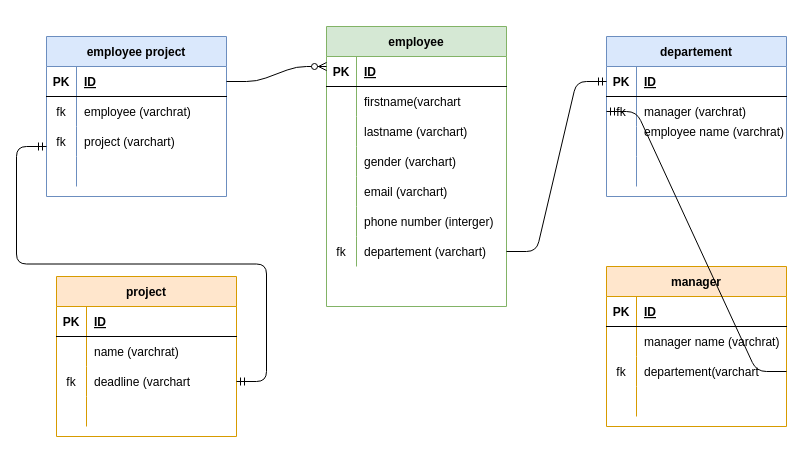
Earlier version of the draw.io diagram Untitled Diagram.drawio (yunimarlina/yunimarlina-github). Source tidied: cells renumbered, new cells numbered last; positions are measured from the earlier drawing's top-left corner, leaving out a move shared by most shapes. Both pictures are drawn from the tidied source at 100%, with x=0, y=0 at pixel (46, 26).
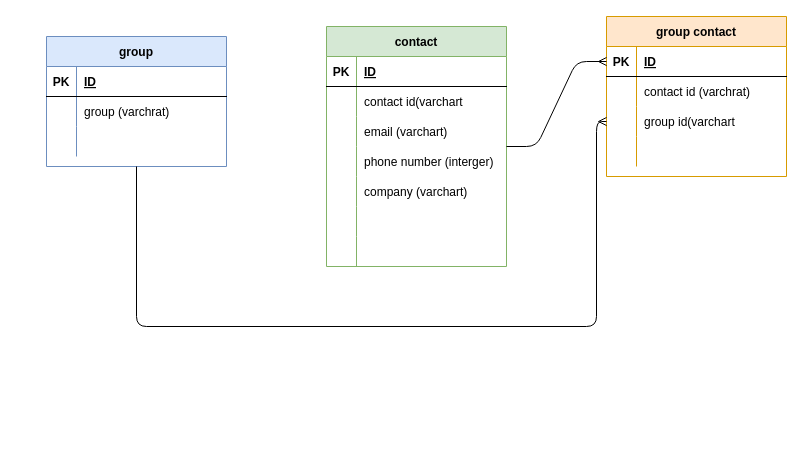
Above is the later version.

Unchanged cells that the change refers to:
```xml
<mxCell id="6" style="shape=partialRectangle;fillColor=none;top=0;left=0;bottom=0;right=0;" parent="2" vertex="1">
  <mxGeometry y="60" width="180" height="30" as="geometry" />
</mxCell>
<mxCell id="38" style="shape=partialRectangle;fillColor=none;top=0;left=0;bottom=1;right=0;points=[[0,0.5],[1,0.5]];portConstraint=eastwest;" parent="37" vertex="1">
  <mxGeometry y="30" width="180" height="30" as="geometry" />
</mxCell>
<mxCell id="41" style="shape=partialRectangle;fillColor=none;top=0;left=0;bottom=0;right=0;" parent="37" vertex="1">
  <mxGeometry y="60" width="180" height="30" as="geometry" />
</mxCell>
<mxCell id="44" style="shape=partialRectangle;fillColor=none;top=0;left=0;bottom=0;right=0;points=[[0,0.5],[1,0.5]];portConstraint=eastwest;" parent="37" vertex="1">
  <mxGeometry y="90" width="180" height="30" as="geometry" />
</mxCell>
```

What changed in the source:
```diff
@@
-    <mxCell id="2" value="employee" style="shape=table;startSize=30;childLayout=tableLayout;rowLines=0;fontStyle=1;align=center;fillColor=#d5e8d4;strokeColor=#82b366;" parent="1" vertex="1">
-      <mxGeometry x="280" width="180" height="280" as="geometry" />
+    <mxCell id="2" value="contact" style="shape=table;startSize=30;childLayout=tableLayout;rowLines=0;fontStyle=1;align=center;fillColor=#d5e8d4;strokeColor=#82b366;" parent="1" vertex="1">
+      <mxGeometry x="280" width="180" height="240" as="geometry" />
     </mxCell>
@@
-    <mxCell id="8" value="firstname(varchart" style="shape=partialRectangle;fillColor=none;top=0;left=0;bottom=0;right=0;align=left;spacingLeft=6;overflow=hidden;" parent="6" vertex="1">
+    <mxCell id="8" value="contact id(varchart" style="shape=partialRectangle;fillColor=none;top=0;left=0;bottom=0;right=0;align=left;spacingLeft=6;overflow=hidden;" parent="6" vertex="1">
       <mxGeometry x="30" width="150" height="30" as="geometry" />
     </mxCell>
-    <mxCell id="9" style="shape=partialRectangle;fillColor=none;top=0;left=0;bottom=0;right=0;" parent="2" vertex="1">
-      <mxGeometry y="90" width="180" height="30" as="geometry" />
-    </mxCell>
-    <mxCell id="10" style="shape=partialRectangle;fillColor=none;top=0;left=0;bottom=0;right=0;overflow=hidden;" parent="9" vertex="1">
-      <mxGeometry width="30" height="30" as="geometry" />
-    </mxCell>
-    <mxCell id="11" value="lastname (varchart)" style="shape=partialRectangle;fillColor=none;top=0;left=0;bottom=0;right=0;align=left;spacingLeft=6;overflow=hidden;" parent="9" vertex="1">
-      <mxGeometry x="30" width="150" height="30" as="geometry" />
-    </mxCell>
-    <mxCell id="12" style="shape=partialRectangle;fillColor=none;top=0;left=0;bottom=0;right=0;" parent="2" vertex="1">
-      <mxGeometry y="120" width="180" height="30" as="geometry" />
-    </mxCell>
-    <mxCell id="13" style="shape=partialRectangle;fillColor=none;top=0;left=0;bottom=0;right=0;overflow=hidden;" parent="12" vertex="1">
-      <mxGeometry width="30" height="30" as="geometry" />
-    </mxCell>
-    <mxCell id="14" value="gender (varchart)" style="shape=partialRectangle;fillColor=none;top=0;left=0;bottom=0;right=0;align=left;spacingLeft=6;overflow=hidden;" parent="12" vertex="1">
-      <mxGeometry x="30" width="150" height="30" as="geometry" />
-    </mxCell>
     <mxCell id="15" style="shape=partialRectangle;fillColor=none;top=0;left=0;bottom=0;right=0;" parent="2" vertex="1">
-      <mxGeometry y="150" width="180" height="30" as="geometry" />
+      <mxGeometry y="90" width="180" height="30" as="geometry" />
     </mxCell>
@@
     <mxCell id="18" style="shape=partialRectangle;fillColor=none;top=0;left=0;bottom=0;right=0;" parent="2" vertex="1">
-      <mxGeometry y="180" width="180" height="30" as="geometry" />
+      <mxGeometry y="120" width="180" height="30" as="geometry" />
     </mxCell>
@@
     <mxCell id="21" style="shape=partialRectangle;fillColor=none;top=0;left=0;bottom=0;right=0;points=[[0,0.5],[1,0.5]];portConstraint=eastwest;" parent="2" vertex="1">
-      <mxGeometry y="210" width="180" height="30" as="geometry" />
+      <mxGeometry y="150" width="180" height="30" as="geometry" />
     </mxCell>
-    <mxCell id="22" value="fk" style="shape=partialRectangle;fillColor=none;top=0;left=0;bottom=0;right=0;overflow=hidden;" parent="21" vertex="1">
+    <mxCell id="22" style="shape=partialRectangle;fillColor=none;top=0;left=0;bottom=0;right=0;overflow=hidden;" parent="21" vertex="1">
       <mxGeometry width="30" height="30" as="geometry" />
     </mxCell>
-    <mxCell id="23" value="departement (varchart)" style="shape=partialRectangle;fillColor=none;top=0;left=0;bottom=0;right=0;align=left;spacingLeft=6;overflow=hidden;" parent="21" vertex="1">
+    <mxCell id="23" value="company (varchart)" style="shape=partialRectangle;fillColor=none;top=0;left=0;bottom=0;right=0;align=left;spacingLeft=6;overflow=hidden;" parent="21" vertex="1">
       <mxGeometry x="30" width="150" height="30" as="geometry" />
     </mxCell>
-    <mxCell id="24" value="departement" style="shape=table;startSize=30;childLayout=tableLayout;rowLines=0;fontStyle=1;align=center;fillColor=#dae8fc;strokeColor=#6c8ebf;" parent="1" vertex="1">
-      <mxGeometry x="560" y="10" width="180" height="160" as="geometry" />
-    </mxCell>
-    <mxCell id="25" style="shape=partialRectangle;fillColor=none;top=0;left=0;bottom=1;right=0;" parent="24" vertex="1">
-      <mxGeometry y="30" width="180" height="30" as="geometry" />
-    </mxCell>
-    <mxCell id="26" value="PK" style="shape=partialRectangle;fillColor=none;top=0;left=0;bottom=0;right=0;fontStyle=1;overflow=hidden;" parent="25" vertex="1">
-      <mxGeometry width="30" height="30" as="geometry" />
-    </mxCell>
-    <mxCell id="27" value="ID" style="shape=partialRectangle;fillColor=none;top=0;left=0;bottom=0;right=0;align=left;spacingLeft=6;fontStyle=5;overflow=hidden;" parent="25" vertex="1">
-      <mxGeometry x="30" width="150" height="30" as="geometry" />
-    </mxCell>
-    <mxCell id="28" style="shape=partialRectangle;fillColor=none;top=0;left=0;bottom=0;right=0;points=[[0,0.5],[1,0.5]];portConstraint=eastwest;" parent="24" vertex="1">
-      <mxGeometry y="60" width="180" height="30" as="geometry" />
-    </mxCell>
-    <mxCell id="29" value="fk" style="shape=partialRectangle;fillColor=none;top=0;left=0;bottom=0;right=0;overflow=hidden;" parent="28" vertex="1">
-      <mxGeometry width="30" height="30" as="geometry" />
-    </mxCell>
-    <mxCell id="30" value="manager (varchrat)" style="shape=partialRectangle;fillColor=none;top=0;left=0;bottom=0;right=0;align=left;spacingLeft=6;overflow=hidden;" parent="28" vertex="1">
-      <mxGeometry x="30" width="150" height="30" as="geometry" />
-    </mxCell>
-    <mxCell id="31" style="shape=partialRectangle;fillColor=none;top=0;left=0;bottom=0;right=0;" parent="24" vertex="1">
-      <mxGeometry y="90" width="180" height="30" as="geometry" />
-    </mxCell>
-    <mxCell id="32" style="shape=partialRectangle;fillColor=none;top=0;left=0;bottom=0;right=0;overflow=hidden;" parent="31" vertex="1">
-      <mxGeometry width="30" height="30" as="geometry" />
-    </mxCell>
-    <mxCell id="33" style="shape=partialRectangle;fillColor=none;top=0;left=0;bottom=0;right=0;align=left;spacingLeft=6;overflow=hidden;" parent="31" vertex="1">
-      <mxGeometry x="30" width="150" height="30" as="geometry" />
-    </mxCell>
-    <mxCell id="34" style="shape=partialRectangle;fillColor=none;top=0;left=0;bottom=0;right=0;" parent="24" vertex="1">
-      <mxGeometry y="120" width="180" height="30" as="geometry" />
-    </mxCell>
-    <mxCell id="35" style="shape=partialRectangle;fillColor=none;top=0;left=0;bottom=0;right=0;overflow=hidden;" parent="34" vertex="1">
-      <mxGeometry width="30" height="30" as="geometry" />
-    </mxCell>
-    <mxCell id="36" style="shape=partialRectangle;fillColor=none;top=0;left=0;bottom=0;right=0;align=left;spacingLeft=6;overflow=hidden;" parent="34" vertex="1">
-      <mxGeometry x="30" width="150" height="30" as="geometry" />
-    </mxCell>
+    <mxCell id="9" style="shape=partialRectangle;fillColor=none;top=0;left=0;bottom=0;right=0;" parent="2" vertex="1">
+      <mxGeometry y="180" width="180" height="30" as="geometry" />
+    </mxCell>
+    <mxCell id="10" style="shape=partialRectangle;fillColor=none;top=0;left=0;bottom=0;right=0;overflow=hidden;" parent="9" vertex="1">
+      <mxGeometry width="30" height="30" as="geometry" />
+    </mxCell>
+    <mxCell id="11" style="shape=partialRectangle;fillColor=none;top=0;left=0;bottom=0;right=0;align=left;spacingLeft=6;overflow=hidden;" parent="9" vertex="1">
+      <mxGeometry x="30" width="150" height="30" as="geometry" />
+    </mxCell>
+    <mxCell id="12" style="shape=partialRectangle;fillColor=none;top=0;left=0;bottom=0;right=0;" parent="2" vertex="1">
+      <mxGeometry y="210" width="180" height="30" as="geometry" />
+    </mxCell>
+    <mxCell id="13" style="shape=partialRectangle;fillColor=none;top=0;left=0;bottom=0;right=0;overflow=hidden;" parent="12" vertex="1">
+      <mxGeometry width="30" height="30" as="geometry" />
+    </mxCell>
+    <mxCell id="14" style="shape=partialRectangle;fillColor=none;top=0;left=0;bottom=0;right=0;align=left;spacingLeft=6;overflow=hidden;" parent="12" vertex="1">
+      <mxGeometry x="30" width="150" height="30" as="geometry" />
+    </mxCell>
+    <mxCell id="50" value="group" style="shape=table;startSize=30;childLayout=tableLayout;rowLines=0;fontStyle=1;align=center;fillColor=#dae8fc;strokeColor=#6c8ebf;" parent="1" vertex="1">
+      <mxGeometry y="10" width="180" height="130" as="geometry" />
+    </mxCell>
+    <mxCell id="51" style="shape=partialRectangle;fillColor=none;top=0;left=0;bottom=1;right=0;points=[[0,0.5],[1,0.5]];portConstraint=eastwest;" parent="50" vertex="1">
+      <mxGeometry y="30" width="180" height="30" as="geometry" />
+    </mxCell>
+    <mxCell id="52" value="PK" style="shape=partialRectangle;fillColor=none;top=0;left=0;bottom=0;right=0;fontStyle=1;overflow=hidden;" parent="51" vertex="1">
+      <mxGeometry width="30" height="30" as="geometry" />
+    </mxCell>
+    <mxCell id="53" value="ID" style="shape=partialRectangle;fillColor=none;top=0;left=0;bottom=0;right=0;align=left;spacingLeft=6;fontStyle=5;overflow=hidden;" parent="51" vertex="1">
+      <mxGeometry x="30" width="150" height="30" as="geometry" />
+    </mxCell>
+    <mxCell id="54" style="shape=partialRectangle;fillColor=none;top=0;left=0;bottom=0;right=0;" parent="50" vertex="1">
+      <mxGeometry y="60" width="180" height="30" as="geometry" />
+    </mxCell>
+    <mxCell id="55" style="shape=partialRectangle;fillColor=none;top=0;left=0;bottom=0;right=0;overflow=hidden;" parent="54" vertex="1">
+      <mxGeometry width="30" height="30" as="geometry" />
+    </mxCell>
+    <mxCell id="56" value="group (varchrat)" style="shape=partialRectangle;fillColor=none;top=0;left=0;bottom=0;right=0;align=left;spacingLeft=6;overflow=hidden;" parent="54" vertex="1">
+      <mxGeometry x="30" width="150" height="30" as="geometry" />
+    </mxCell>
+    <mxCell id="60" style="shape=partialRectangle;fillColor=none;top=0;left=0;bottom=0;right=0;" parent="50" vertex="1">
+      <mxGeometry y="90" width="180" height="30" as="geometry" />
+    </mxCell>
+    <mxCell id="61" style="shape=partialRectangle;fillColor=none;top=0;left=0;bottom=0;right=0;overflow=hidden;" parent="60" vertex="1">
+      <mxGeometry width="30" height="30" as="geometry" />
+    </mxCell>
+    <mxCell id="62" style="shape=partialRectangle;fillColor=none;top=0;left=0;bottom=0;right=0;align=left;spacingLeft=6;overflow=hidden;" parent="60" vertex="1">
+      <mxGeometry x="30" width="150" height="30" as="geometry" />
+    </mxCell>
-    <mxCell id="37" value="manager" style="shape=table;startSize=30;childLayout=tableLayout;rowLines=0;fontStyle=1;align=center;fillColor=#ffe6cc;strokeColor=#d79b00;" parent="1" vertex="1">
-      <mxGeometry x="560" y="240" width="180" height="160" as="geometry" />
+    <mxCell id="37" value="group contact" style="shape=table;startSize=30;childLayout=tableLayout;rowLines=0;fontStyle=1;align=center;fillColor=#ffe6cc;strokeColor=#d79b00;" parent="1" vertex="1">
+      <mxGeometry x="560" y="-10" width="180" height="160" as="geometry" />
     </mxCell>
@@
-    <mxCell id="43" value="manager name (varchrat)" style="shape=partialRectangle;fillColor=none;top=0;left=0;bottom=0;right=0;align=left;spacingLeft=6;overflow=hidden;" parent="41" vertex="1">
+    <mxCell id="43" value="contact id (varchrat)" style="shape=partialRectangle;fillColor=none;top=0;left=0;bottom=0;right=0;align=left;spacingLeft=6;overflow=hidden;" parent="41" vertex="1">
       <mxGeometry x="30" width="150" height="30" as="geometry" />
     </mxCell>
@@
-    <mxCell id="45" value="fk" style="shape=partialRectangle;fillColor=none;top=0;left=0;bottom=0;right=0;overflow=hidden;" parent="44" vertex="1">
+    <mxCell id="45" style="shape=partialRectangle;fillColor=none;top=0;left=0;bottom=0;right=0;overflow=hidden;" parent="44" vertex="1">
       <mxGeometry width="30" height="30" as="geometry" />
     </mxCell>
-    <mxCell id="46" value="departement(varchart" style="shape=partialRectangle;fillColor=none;top=0;left=0;bottom=0;right=0;align=left;spacingLeft=6;overflow=hidden;" parent="44" vertex="1">
+    <mxCell id="46" value="group id(varchart" style="shape=partialRectangle;fillColor=none;top=0;left=0;bottom=0;right=0;align=left;spacingLeft=6;overflow=hidden;" parent="44" vertex="1">
       <mxGeometry x="30" width="150" height="30" as="geometry" />
     </mxCell>
@@
-    <mxCell id="50" value="employee project" style="shape=table;startSize=30;childLayout=tableLayout;rowLines=0;fontStyle=1;align=center;fillColor=#dae8fc;strokeColor=#6c8ebf;" parent="1" vertex="1">
-      <mxGeometry y="10" width="180" height="160" as="geometry" />
-    </mxCell>
-    <mxCell id="51" style="shape=partialRectangle;fillColor=none;top=0;left=0;bottom=1;right=0;points=[[0,0.5],[1,0.5]];portConstraint=eastwest;" parent="50" vertex="1">
-      <mxGeometry y="30" width="180" height="30" as="geometry" />
-    </mxCell>
-    <mxCell id="52" value="PK" style="shape=partialRectangle;fillColor=none;top=0;left=0;bottom=0;right=0;fontStyle=1;overflow=hidden;" parent="51" vertex="1">
-      <mxGeometry width="30" height="30" as="geometry" />
-    </mxCell>
-    <mxCell id="53" value="ID" style="shape=partialRectangle;fillColor=none;top=0;left=0;bottom=0;right=0;align=left;spacingLeft=6;fontStyle=5;overflow=hidden;" parent="51" vertex="1">
-      <mxGeometry x="30" width="150" height="30" as="geometry" />
-    </mxCell>
-    <mxCell id="54" style="shape=partialRectangle;fillColor=none;top=0;left=0;bottom=0;right=0;" parent="50" vertex="1">
-      <mxGeometry y="60" width="180" height="30" as="geometry" />
-    </mxCell>
-    <mxCell id="55" value="fk" style="shape=partialRectangle;fillColor=none;top=0;left=0;bottom=0;right=0;overflow=hidden;" parent="54" vertex="1">
-      <mxGeometry width="30" height="30" as="geometry" />
-    </mxCell>
-    <mxCell id="56" value="employee (varchrat)" style="shape=partialRectangle;fillColor=none;top=0;left=0;bottom=0;right=0;align=left;spacingLeft=6;overflow=hidden;" parent="54" vertex="1">
-      <mxGeometry x="30" width="150" height="30" as="geometry" />
-    </mxCell>
-    <mxCell id="57" style="shape=partialRectangle;fillColor=none;top=0;left=0;bottom=0;right=0;" parent="50" vertex="1">
-      <mxGeometry y="90" width="180" height="30" as="geometry" />
-    </mxCell>
-    <mxCell id="58" value="fk" style="shape=partialRectangle;fillColor=none;top=0;left=0;bottom=0;right=0;overflow=hidden;" parent="57" vertex="1">
-      <mxGeometry width="30" height="30" as="geometry" />
-    </mxCell>
-    <mxCell id="59" value="project (varchart)" style="shape=partialRectangle;fillColor=none;top=0;left=0;bottom=0;right=0;align=left;spacingLeft=6;overflow=hidden;" parent="57" vertex="1">
-      <mxGeometry x="30" width="150" height="30" as="geometry" />
-    </mxCell>
-    <mxCell id="60" style="shape=partialRectangle;fillColor=none;top=0;left=0;bottom=0;right=0;" parent="50" vertex="1">
-      <mxGeometry y="120" width="180" height="30" as="geometry" />
-    </mxCell>
-    <mxCell id="61" style="shape=partialRectangle;fillColor=none;top=0;left=0;bottom=0;right=0;overflow=hidden;" parent="60" vertex="1">
-      <mxGeometry width="30" height="30" as="geometry" />
-    </mxCell>
-    <mxCell id="62" style="shape=partialRectangle;fillColor=none;top=0;left=0;bottom=0;right=0;align=left;spacingLeft=6;overflow=hidden;" parent="60" vertex="1">
-      <mxGeometry x="30" width="150" height="30" as="geometry" />
-    </mxCell>
-    <mxCell id="63" value="project" style="shape=table;startSize=30;childLayout=tableLayout;rowLines=0;fontStyle=1;align=center;fillColor=#ffe6cc;strokeColor=#d79b00;" parent="1" vertex="1">
-      <mxGeometry x="10" y="250" width="180" height="160" as="geometry" />
-    </mxCell>
-    <mxCell id="64" style="shape=partialRectangle;fillColor=none;top=0;left=0;bottom=1;right=0;" parent="63" vertex="1">
-      <mxGeometry y="30" width="180" height="30" as="geometry" />
-    </mxCell>
-    <mxCell id="65" value="PK" style="shape=partialRectangle;fillColor=none;top=0;left=0;bottom=0;right=0;fontStyle=1;overflow=hidden;" parent="64" vertex="1">
-      <mxGeometry width="30" height="30" as="geometry" />
-    </mxCell>
-    <mxCell id="66" value="ID" style="shape=partialRectangle;fillColor=none;top=0;left=0;bottom=0;right=0;align=left;spacingLeft=6;fontStyle=5;overflow=hidden;" parent="64" vertex="1">
-      <mxGeometry x="30" width="150" height="30" as="geometry" />
-    </mxCell>
-    <mxCell id="67" style="shape=partialRectangle;fillColor=none;top=0;left=0;bottom=0;right=0;" parent="63" vertex="1">
-      <mxGeometry y="60" width="180" height="30" as="geometry" />
-    </mxCell>
-    <mxCell id="68" style="shape=partialRectangle;fillColor=none;top=0;left=0;bottom=0;right=0;overflow=hidden;" parent="67" vertex="1">
-      <mxGeometry width="30" height="30" as="geometry" />
-    </mxCell>
-    <mxCell id="69" value="name (varchrat)" style="shape=partialRectangle;fillColor=none;top=0;left=0;bottom=0;right=0;align=left;spacingLeft=6;overflow=hidden;" parent="67" vertex="1">
-      <mxGeometry x="30" width="150" height="30" as="geometry" />
-    </mxCell>
-    <mxCell id="70" style="shape=partialRectangle;fillColor=none;top=0;left=0;bottom=0;right=0;points=[[0,0.5],[1,0.5]];portConstraint=eastwest;" parent="63" vertex="1">
-      <mxGeometry y="90" width="180" height="30" as="geometry" />
-    </mxCell>
-    <mxCell id="71" value="fk" style="shape=partialRectangle;fillColor=none;top=0;left=0;bottom=0;right=0;overflow=hidden;" parent="70" vertex="1">
-      <mxGeometry width="30" height="30" as="geometry" />
-    </mxCell>
-    <mxCell id="72" value="deadline (varchart" style="shape=partialRectangle;fillColor=none;top=0;left=0;bottom=0;right=0;align=left;spacingLeft=6;overflow=hidden;" parent="70" vertex="1">
-      <mxGeometry x="30" width="150" height="30" as="geometry" />
-    </mxCell>
-    <mxCell id="73" style="shape=partialRectangle;fillColor=none;top=0;left=0;bottom=0;right=0;" parent="63" vertex="1">
-      <mxGeometry y="120" width="180" height="30" as="geometry" />
-    </mxCell>
-    <mxCell id="74" style="shape=partialRectangle;fillColor=none;top=0;left=0;bottom=0;right=0;overflow=hidden;" parent="73" vertex="1">
-      <mxGeometry width="30" height="30" as="geometry" />
-    </mxCell>
-    <mxCell id="75" style="shape=partialRectangle;fillColor=none;top=0;left=0;bottom=0;right=0;align=left;spacingLeft=6;overflow=hidden;" parent="73" vertex="1">
-      <mxGeometry x="30" width="150" height="30" as="geometry" />
-    </mxCell>
-    <mxCell id="76" style="edgeStyle=entityRelationEdgeStyle;fontSize=12;html=1;endArrow=ERzeroToMany;endFill=1;" parent="1" edge="1" source="51">
-      <mxGeometry relative="1" as="geometry">
-        <mxPoint x="280" y="40" as="targetPoint" />
-      </mxGeometry>
-    </mxCell>
-    <mxCell id="77" value="employee name (varchrat)" style="shape=partialRectangle;fillColor=none;top=0;left=0;bottom=0;right=0;align=left;spacingLeft=6;overflow=hidden;" parent="1" vertex="1">
-      <mxGeometry x="590" y="90" width="150" height="30" as="geometry" />
-    </mxCell>
-    <mxCell id="78" style="edgeStyle=entityRelationEdgeStyle;fontSize=12;html=1;endArrow=ERmandOne;startArrow=ERmandOne;exitX=1;exitY=0.5;exitDx=0;exitDy=0;" parent="1" edge="1" source="70">
-      <mxGeometry relative="1" as="geometry">
-        <mxPoint y="120" as="targetPoint" />
-      </mxGeometry>
-    </mxCell>
-    <mxCell id="79" style="edgeStyle=entityRelationEdgeStyle;fontSize=12;html=1;endArrow=ERmandOne;" parent="1" edge="1" source="21">
-      <mxGeometry relative="1" as="geometry">
-        <mxPoint x="560" y="55" as="targetPoint" />
-      </mxGeometry>
-    </mxCell>
-    <mxCell id="80" style="edgeStyle=entityRelationEdgeStyle;fontSize=12;html=1;endArrow=ERmandOne;exitX=1;exitY=0.5;exitDx=0;exitDy=0;entryX=0;entryY=0.5;entryDx=0;entryDy=0;" parent="1" edge="1" source="44" target="28">
-      <mxGeometry relative="1" as="geometry" />
-    </mxCell>
+    <mxCell id="81" style="edgeStyle=entityRelationEdgeStyle;fontSize=12;html=1;endArrow=ERmany;entryX=0;entryY=0.5;entryDx=0;entryDy=0;" parent="1" edge="1" source="2" target="38">
+      <mxGeometry relative="1" as="geometry" />
+    </mxCell>
+    <mxCell id="82" style="edgeStyle=orthogonalEdgeStyle;fontSize=12;html=1;endArrow=ERmany;entryX=0;entryY=0.5;entryDx=0;entryDy=0;" parent="1" edge="1" target="44">
+      <mxGeometry relative="1" as="geometry">
+        <mxPoint x="90" y="140" as="sourcePoint" />
+        <Array as="points">
+          <mxPoint x="90" y="300" />
+          <mxPoint x="550" y="300" />
+          <mxPoint x="550" y="95" />
+        </Array>
+      </mxGeometry>
+    </mxCell>
```
